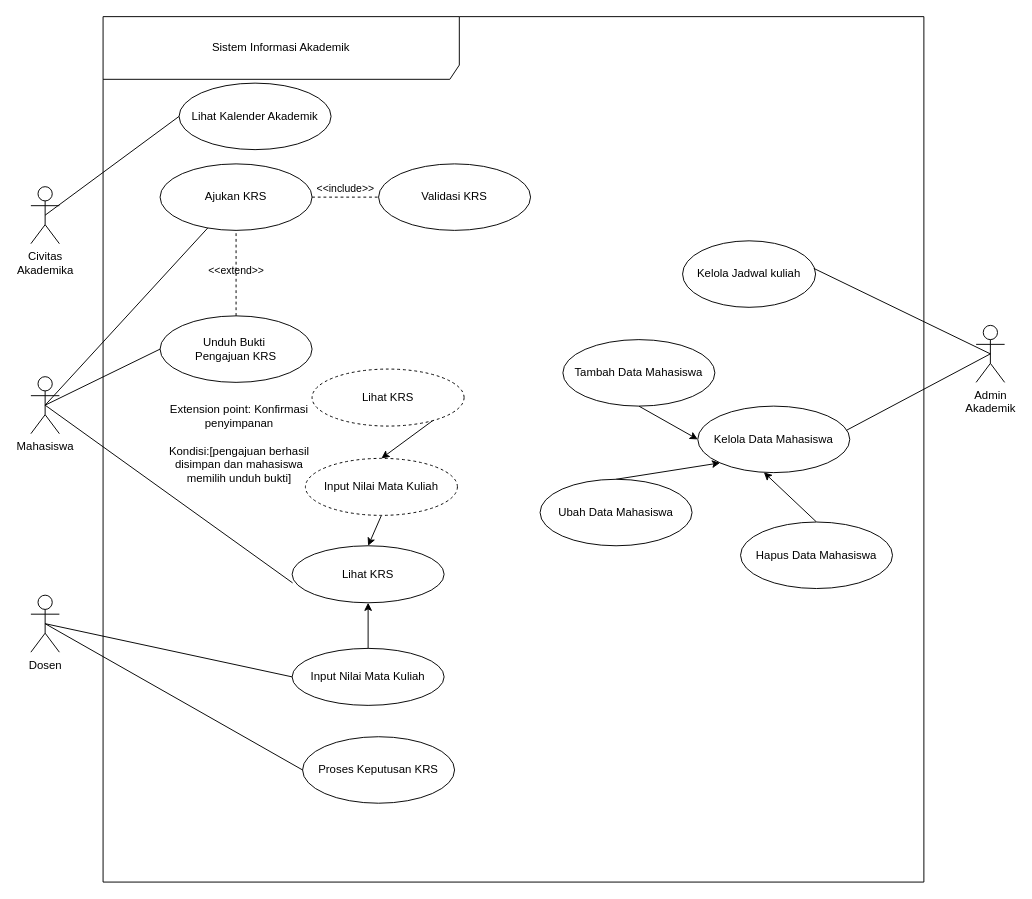
Above: 04_model_analisis/P04/SIA/P04_2406044_SIA_usecase_v01.drawio in andika282006/IFRWP5149_2406044_LabAlat (draw.io), before the change. Source tidied: cells renumbered, new cells numbered last; positions are measured from the earlier drawing's top-left corner, leaving out a move shared by most shapes. Both pictures are drawn from the tidied source at 95%, with x=0, y=0 at pixel (30, 16).
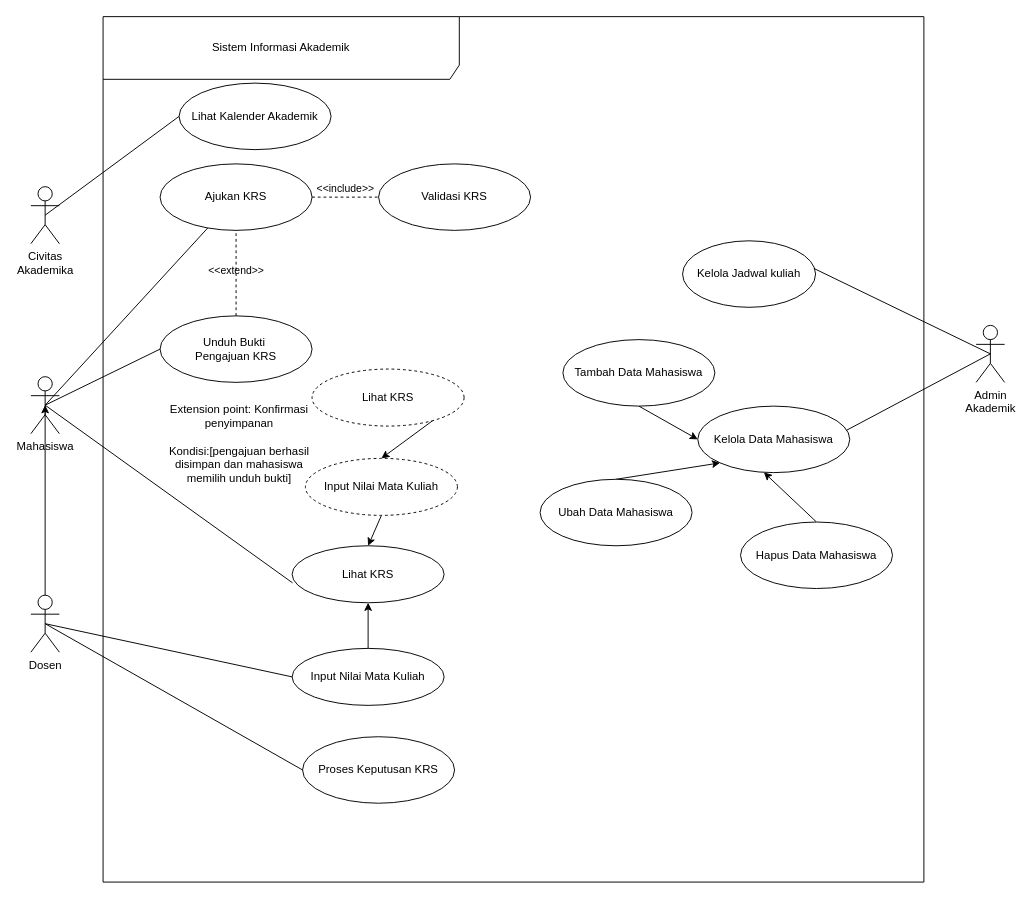
The same diagram, later.

Unchanged cells that the change refers to:
```xml
<mxCell id="27" value="Mahasiswa" style="shape=umlActor;verticalLabelPosition=bottom;verticalAlign=top;html=1;" parent="1" vertex="1">
  <mxGeometry y="379" width="30" height="60" as="geometry" />
</mxCell>
<mxCell id="33" value="Dosen" style="shape=umlActor;verticalLabelPosition=bottom;verticalAlign=top;html=1;" parent="1" vertex="1">
  <mxGeometry y="609" width="30" height="60" as="geometry" />
</mxCell>
```

Diff of the diagram source:
```diff
@@
+    <mxCell id="38" style="edgeStyle=none;html=1;exitX=0.5;exitY=0;exitDx=0;exitDy=0;exitPerimeter=0;entryX=0.5;entryY=0.5;entryDx=0;entryDy=0;entryPerimeter=0;" parent="1" edge="1" source="33" target="27">
+      <mxGeometry relative="1" as="geometry" />
+    </mxCell>
```
